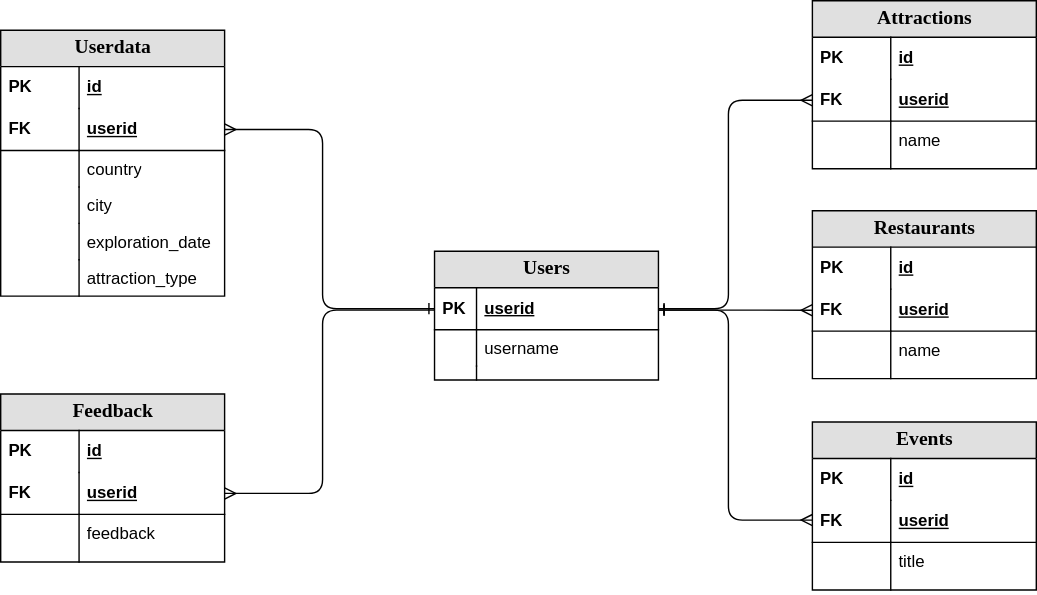
The draw.io diagram api/static/ER_Diagram.svg in zeanmio/SSE-Team-Project-1, before a commit. Source tidied: cells renumbered, new cells last; positions are measured from the earlier drawing's top-left corner, leaving out a move shared by most shapes.
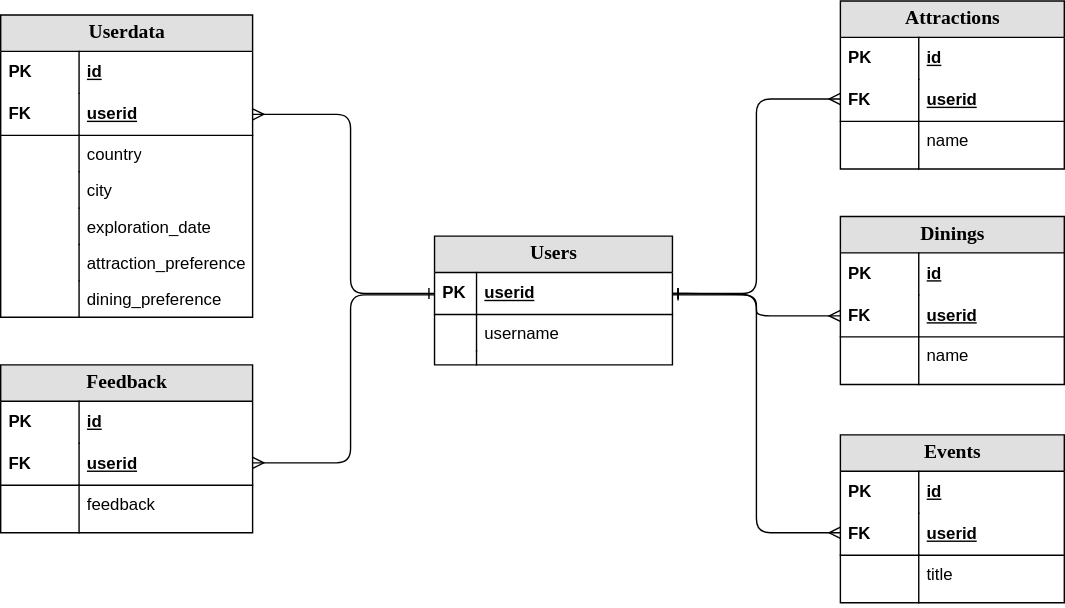
After the commit.

What changed in the source:
```diff
@@ -3,70 +3,76 @@
     <mxCell id="0" />
     <mxCell id="1" parent="0" />
     <mxCell id="2" value="&lt;b&gt;Userdata&lt;/b&gt;" style="swimlane;html=1;fontStyle=0;horizontal=1;startSize=26;fillColor=#e0e0e0;swimlaneFillColor=#ffffff;align=center;rounded=0;shadow=0;comic=0;labelBackgroundColor=none;strokeWidth=1;fontFamily=Verdana;fontSize=14;" parent="1" vertex="1">
-      <mxGeometry y="21" width="160" height="190" as="geometry" />
+      <mxGeometry x="-20" y="21" width="180" height="216" as="geometry" />
     </mxCell>
     <mxCell id="3" value="id" style="shape=partialRectangle;top=0;left=0;right=0;bottom=0;html=1;align=left;verticalAlign=middle;fillColor=none;spacingLeft=60;spacingRight=4;whiteSpace=wrap;overflow=hidden;fontStyle=5;" parent="2" vertex="1">
-      <mxGeometry y="26" width="160" height="30" as="geometry" />
+      <mxGeometry y="26" width="180" height="30" as="geometry" />
     </mxCell>
     <mxCell id="4" value="PK" style="shape=partialRectangle;fontStyle=1;top=0;left=0;bottom=0;html=1;fillColor=none;align=left;verticalAlign=middle;spacingLeft=4;spacingRight=4;whiteSpace=wrap;overflow=hidden;" parent="3" vertex="1">
       <mxGeometry width="56" height="30" as="geometry" />
     </mxCell>
     <mxCell id="5" value="userid" style="shape=partialRectangle;top=0;left=0;right=0;bottom=1;html=1;align=left;verticalAlign=middle;fillColor=none;spacingLeft=60;spacingRight=4;whiteSpace=wrap;overflow=hidden;points=[[0,0.5],[1,0.5]];portConstraint=eastwest;fontStyle=5;" parent="2" vertex="1">
-      <mxGeometry y="56" width="160" height="30" as="geometry" />
+      <mxGeometry y="56" width="180" height="30" as="geometry" />
     </mxCell>
     <mxCell id="6" value="FK" style="shape=partialRectangle;fontStyle=1;top=0;left=0;bottom=0;html=1;fillColor=none;align=left;verticalAlign=middle;spacingLeft=4;spacingRight=4;whiteSpace=wrap;overflow=hidden;" parent="5" vertex="1">
       <mxGeometry width="56" height="30" as="geometry" />
     </mxCell>
     <mxCell id="7" value="country" style="shape=partialRectangle;top=0;left=0;right=0;bottom=0;html=1;align=left;verticalAlign=top;fillColor=none;spacingLeft=60;spacingRight=4;whiteSpace=wrap;overflow=hidden;" parent="2" vertex="1">
-      <mxGeometry y="86" width="160" height="26" as="geometry" />
+      <mxGeometry y="86" width="180" height="26" as="geometry" />
     </mxCell>
     <mxCell id="8" style="shape=partialRectangle;top=0;left=0;bottom=0;html=1;fillColor=none;align=left;verticalAlign=top;spacingLeft=4;spacingRight=4;whiteSpace=wrap;overflow=hidden;" parent="7" vertex="1">
       <mxGeometry width="56" height="26" as="geometry" />
     </mxCell>
     <mxCell id="9" value="city" style="shape=partialRectangle;top=0;left=0;right=0;bottom=0;html=1;align=left;verticalAlign=top;fillColor=none;spacingLeft=60;spacingRight=4;whiteSpace=wrap;overflow=hidden;" parent="2" vertex="1">
-      <mxGeometry y="112" width="160" height="26" as="geometry" />
+      <mxGeometry y="112" width="180" height="26" as="geometry" />
     </mxCell>
     <mxCell id="10" style="shape=partialRectangle;top=0;left=0;bottom=0;html=1;fillColor=none;align=left;verticalAlign=top;spacingLeft=4;spacingRight=4;whiteSpace=wrap;overflow=hidden;" parent="9" vertex="1">
       <mxGeometry width="56" height="26" as="geometry" />
     </mxCell>
     <mxCell id="11" value="exploration_date" style="shape=partialRectangle;top=0;left=0;right=0;bottom=0;html=1;align=left;verticalAlign=top;fillColor=none;spacingLeft=60;spacingRight=4;whiteSpace=wrap;overflow=hidden;" parent="2" vertex="1">
-      <mxGeometry y="138" width="160" height="26" as="geometry" />
+      <mxGeometry y="138" width="180" height="26" as="geometry" />
     </mxCell>
     <mxCell id="12" style="shape=partialRectangle;top=0;left=0;bottom=0;html=1;fillColor=none;align=left;verticalAlign=top;spacingLeft=4;spacingRight=4;whiteSpace=wrap;overflow=hidden;" parent="11" vertex="1">
       <mxGeometry width="56" height="26" as="geometry" />
     </mxCell>
-    <mxCell id="13" value="attraction_type" style="shape=partialRectangle;top=0;left=0;right=0;bottom=0;html=1;align=left;verticalAlign=top;fillColor=none;spacingLeft=60;spacingRight=4;whiteSpace=wrap;overflow=hidden;" parent="2" vertex="1">
-      <mxGeometry y="164" width="160" height="26" as="geometry" />
+    <mxCell id="13" value="attraction_preference" style="shape=partialRectangle;top=0;left=0;right=0;bottom=0;html=1;align=left;verticalAlign=top;fillColor=none;spacingLeft=60;spacingRight=4;whiteSpace=wrap;overflow=hidden;" parent="2" vertex="1">
+      <mxGeometry y="164" width="180" height="26" as="geometry" />
     </mxCell>
     <mxCell id="14" style="shape=partialRectangle;top=0;left=0;bottom=0;html=1;fillColor=none;align=left;verticalAlign=top;spacingLeft=4;spacingRight=4;whiteSpace=wrap;overflow=hidden;" parent="13" vertex="1">
       <mxGeometry width="56" height="26" as="geometry" />
     </mxCell>
+    <mxCell id="55" value="dining_preference" style="shape=partialRectangle;top=0;left=0;right=0;bottom=0;html=1;align=left;verticalAlign=top;fillColor=none;spacingLeft=60;spacingRight=4;whiteSpace=wrap;overflow=hidden;" parent="2" vertex="1">
+      <mxGeometry y="190" width="180" height="26" as="geometry" />
+    </mxCell>
+    <mxCell id="56" style="shape=partialRectangle;top=0;left=0;bottom=0;html=1;fillColor=none;align=left;verticalAlign=top;spacingLeft=4;spacingRight=4;whiteSpace=wrap;overflow=hidden;" parent="55" vertex="1">
+      <mxGeometry width="56" height="26" as="geometry" />
+    </mxCell>
-    <mxCell id="15" style="edgeStyle=orthogonalEdgeStyle;html=1;endArrow=ERmany;startArrow=EROne;labelBackgroundColor=none;fontFamily=Verdana;fontSize=14;entryX=1;entryY=0.5;entryDx=0;entryDy=0;" parent="1" edge="1" target="27">
+    <mxCell id="15" style="edgeStyle=orthogonalEdgeStyle;html=1;endArrow=ERmany;startArrow=EROne;labelBackgroundColor=none;fontFamily=Verdana;fontSize=14;" parent="1" edge="1" target="27">
       <mxGeometry relative="1" as="geometry">
         <mxPoint x="310" y="221" as="sourcePoint" />
         <Array as="points">
           <mxPoint x="230" y="221" />
-          <mxPoint x="230" y="352" />
+          <mxPoint x="230" y="341" />
         </Array>
       </mxGeometry>
     </mxCell>
     <mxCell id="16" value="&lt;b&gt;Users&lt;/b&gt;" style="swimlane;html=1;fontStyle=0;horizontal=1;startSize=26;fillColor=#e0e0e0;swimlaneFillColor=#ffffff;align=center;rounded=0;shadow=0;comic=0;labelBackgroundColor=none;strokeWidth=1;fontFamily=Verdana;fontSize=14;" parent="1" vertex="1">
-      <mxGeometry x="310" y="179" width="160" height="92" as="geometry" />
+      <mxGeometry x="290" y="179" width="170" height="92" as="geometry" />
     </mxCell>
     <mxCell id="17" value="userid" style="shape=partialRectangle;top=0;left=0;right=0;bottom=1;html=1;align=left;verticalAlign=middle;fillColor=none;spacingLeft=34;spacingRight=4;whiteSpace=wrap;overflow=hidden;points=[[0,0.5],[1,0.5]];portConstraint=eastwest;fontStyle=5;" parent="16" vertex="1">
-      <mxGeometry y="26" width="160" height="30" as="geometry" />
+      <mxGeometry y="26" width="170" height="30" as="geometry" />
     </mxCell>
     <mxCell id="18" value="&lt;b&gt;PK&lt;/b&gt;" style="shape=partialRectangle;top=0;left=0;bottom=0;html=1;fillColor=none;align=left;verticalAlign=middle;spacingLeft=4;spacingRight=4;whiteSpace=wrap;overflow=hidden;" parent="17" vertex="1">
       <mxGeometry width="30" height="30" as="geometry" />
     </mxCell>
     <mxCell id="19" value="username" style="shape=partialRectangle;top=0;left=0;right=0;bottom=0;html=1;align=left;verticalAlign=top;fillColor=none;spacingLeft=34;spacingRight=4;whiteSpace=wrap;overflow=hidden;" parent="16" vertex="1">
-      <mxGeometry y="56" width="160" height="26" as="geometry" />
+      <mxGeometry y="56" width="170" height="26" as="geometry" />
     </mxCell>
     <mxCell id="20" style="shape=partialRectangle;top=0;left=0;bottom=0;html=1;fillColor=none;align=left;verticalAlign=top;spacingLeft=4;spacingRight=4;whiteSpace=wrap;overflow=hidden;" parent="19" vertex="1">
       <mxGeometry width="30" height="26" as="geometry" />
     </mxCell>
     <mxCell id="21" style="shape=partialRectangle;top=0;left=0;right=0;bottom=0;html=1;align=left;verticalAlign=top;fillColor=none;spacingLeft=34;spacingRight=4;whiteSpace=wrap;overflow=hidden;" parent="16" vertex="1">
-      <mxGeometry y="82" width="160" height="10" as="geometry" />
+      <mxGeometry y="82" width="170" height="10" as="geometry" />
     </mxCell>
     <mxCell id="22" style="shape=partialRectangle;top=0;left=0;bottom=0;html=1;fillColor=none;align=left;verticalAlign=top;spacingLeft=4;spacingRight=4;whiteSpace=wrap;overflow=hidden;" parent="21" vertex="1">
       <mxGeometry width="30" height="10" as="geometry" />
@@ -80,28 +86,28 @@
       </mxGeometry>
     </mxCell>
     <mxCell id="24" value="&lt;b&gt;Feedback&lt;/b&gt;" style="swimlane;html=1;fontStyle=0;horizontal=1;startSize=26;fillColor=#e0e0e0;swimlaneFillColor=#ffffff;align=center;rounded=0;shadow=0;comic=0;labelBackgroundColor=none;strokeWidth=1;fontFamily=Verdana;fontSize=14;" parent="1" vertex="1">
-      <mxGeometry y="281" width="160" height="120" as="geometry" />
+      <mxGeometry x="-20" y="271" width="180" height="120" as="geometry" />
     </mxCell>
     <mxCell id="25" value="id" style="shape=partialRectangle;top=0;left=0;right=0;bottom=0;html=1;align=left;verticalAlign=middle;fillColor=none;spacingLeft=60;spacingRight=4;whiteSpace=wrap;overflow=hidden;fontStyle=5;" parent="24" vertex="1">
-      <mxGeometry y="26" width="160" height="30" as="geometry" />
+      <mxGeometry y="26" width="180" height="30" as="geometry" />
     </mxCell>
     <mxCell id="26" value="PK" style="shape=partialRectangle;fontStyle=1;top=0;left=0;bottom=0;html=1;fillColor=none;align=left;verticalAlign=middle;spacingLeft=4;spacingRight=4;whiteSpace=wrap;overflow=hidden;" parent="25" vertex="1">
       <mxGeometry width="56" height="30" as="geometry" />
     </mxCell>
     <mxCell id="27" value="userid" style="shape=partialRectangle;top=0;left=0;right=0;bottom=1;html=1;align=left;verticalAlign=middle;fillColor=none;spacingLeft=60;spacingRight=4;whiteSpace=wrap;overflow=hidden;points=[[0,0.5],[1,0.5]];portConstraint=eastwest;fontStyle=5;" parent="24" vertex="1">
-      <mxGeometry y="56" width="160" height="30" as="geometry" />
+      <mxGeometry y="56" width="180" height="30" as="geometry" />
     </mxCell>
     <mxCell id="28" value="FK" style="shape=partialRectangle;fontStyle=1;top=0;left=0;bottom=0;html=1;fillColor=none;align=left;verticalAlign=middle;spacingLeft=4;spacingRight=4;whiteSpace=wrap;overflow=hidden;" parent="27" vertex="1">
       <mxGeometry width="56" height="30" as="geometry" />
     </mxCell>
     <mxCell id="29" value="feedback" style="shape=partialRectangle;top=0;left=0;right=0;bottom=0;html=1;align=left;verticalAlign=top;fillColor=none;spacingLeft=60;spacingRight=4;whiteSpace=wrap;overflow=hidden;" parent="24" vertex="1">
-      <mxGeometry y="86" width="160" height="34" as="geometry" />
+      <mxGeometry y="86" width="180" height="34" as="geometry" />
     </mxCell>
     <mxCell id="30" style="shape=partialRectangle;top=0;left=0;bottom=0;html=1;fillColor=none;align=left;verticalAlign=top;spacingLeft=4;spacingRight=4;whiteSpace=wrap;overflow=hidden;" parent="29" vertex="1">
       <mxGeometry width="56" height="34" as="geometry" />
     </mxCell>
     <mxCell id="31" value="&lt;b&gt;Attractions&lt;/b&gt;" style="swimlane;html=1;fontStyle=0;horizontal=1;startSize=26;fillColor=#e0e0e0;swimlaneFillColor=#ffffff;align=center;rounded=0;shadow=0;comic=0;labelBackgroundColor=none;strokeWidth=1;fontFamily=Verdana;fontSize=14;" parent="1" vertex="1">
-      <mxGeometry x="580" width="160" height="120" as="geometry" />
+      <mxGeometry x="580" y="11" width="160" height="120" as="geometry" />
     </mxCell>
     <mxCell id="32" value="id" style="shape=partialRectangle;top=0;left=0;right=0;bottom=0;html=1;align=left;verticalAlign=middle;fillColor=none;spacingLeft=60;spacingRight=4;whiteSpace=wrap;overflow=hidden;fontStyle=5;" parent="31" vertex="1">
       <mxGeometry y="26" width="160" height="30" as="geometry" />
@@ -125,13 +131,13 @@
       <mxGeometry relative="1" as="geometry">
         <Array as="points">
           <mxPoint x="520" y="220" />
-          <mxPoint x="520" y="71" />
-          <mxPoint x="580" y="71" />
+          <mxPoint x="520" y="81" />
+          <mxPoint x="580" y="81" />
         </Array>
       </mxGeometry>
     </mxCell>
-    <mxCell id="39" value="&lt;b&gt;Restaurants&lt;br&gt;&lt;/b&gt;" style="swimlane;html=1;fontStyle=0;horizontal=1;startSize=26;fillColor=#e0e0e0;swimlaneFillColor=#ffffff;align=center;rounded=0;shadow=0;comic=0;labelBackgroundColor=none;strokeWidth=1;fontFamily=Verdana;fontSize=14;" parent="1" vertex="1">
-      <mxGeometry x="580" y="150" width="160" height="120" as="geometry" />
+    <mxCell id="39" value="&lt;b&gt;Dinings&lt;br&gt;&lt;/b&gt;" style="swimlane;html=1;fontStyle=0;horizontal=1;startSize=26;fillColor=#e0e0e0;swimlaneFillColor=#ffffff;align=center;rounded=0;shadow=0;comic=0;labelBackgroundColor=none;strokeWidth=1;fontFamily=Verdana;fontSize=14;" parent="1" vertex="1">
+      <mxGeometry x="580" y="165" width="160" height="120" as="geometry" />
     </mxCell>
     <mxCell id="40" value="id" style="shape=partialRectangle;top=0;left=0;right=0;bottom=0;html=1;align=left;verticalAlign=middle;fillColor=none;spacingLeft=60;spacingRight=4;whiteSpace=wrap;overflow=hidden;fontStyle=5;" parent="39" vertex="1">
       <mxGeometry y="26" width="160" height="30" as="geometry" />
@@ -153,14 +159,15 @@
     </mxCell>
     <mxCell id="46" style="edgeStyle=orthogonalEdgeStyle;html=1;startArrow=ERone;endArrow=ERmany;endFill=1;labelBackgroundColor=none;fontFamily=Verdana;fontSize=14;entryX=0;entryY=0.5;entryDx=0;entryDy=0;" parent="1" edge="1" target="42">
       <mxGeometry relative="1" as="geometry">
-        <mxPoint x="470" y="221" as="sourcePoint" />
+        <mxPoint x="460" y="221" as="sourcePoint" />
         <Array as="points">
-          <mxPoint x="580" y="221" />
+          <mxPoint x="520" y="221" />
+          <mxPoint x="520" y="236" />
         </Array>
       </mxGeometry>
     </mxCell>
     <mxCell id="47" value="&lt;b&gt;Events&lt;/b&gt;" style="swimlane;html=1;fontStyle=0;horizontal=1;startSize=26;fillColor=#e0e0e0;swimlaneFillColor=#ffffff;align=center;rounded=0;shadow=0;comic=0;labelBackgroundColor=none;strokeWidth=1;fontFamily=Verdana;fontSize=14;" parent="1" vertex="1">
-      <mxGeometry x="580" y="301" width="160" height="120" as="geometry" />
+      <mxGeometry x="580" y="321" width="160" height="120" as="geometry" />
     </mxCell>
     <mxCell id="48" value="id" style="shape=partialRectangle;top=0;left=0;right=0;bottom=0;html=1;align=left;verticalAlign=middle;fillColor=none;spacingLeft=60;spacingRight=4;whiteSpace=wrap;overflow=hidden;fontStyle=5;" parent="47" vertex="1">
       <mxGeometry y="26" width="160" height="30" as="geometry" />
@@ -180,13 +187,14 @@
     <mxCell id="53" style="shape=partialRectangle;top=0;left=0;bottom=0;html=1;fillColor=none;align=left;verticalAlign=top;spacingLeft=4;spacingRight=4;whiteSpace=wrap;overflow=hidden;" parent="52" vertex="1">
       <mxGeometry width="56" height="34" as="geometry" />
     </mxCell>
-    <mxCell id="54" style="edgeStyle=orthogonalEdgeStyle;html=1;startArrow=ERone;endArrow=ERmany;endFill=1;labelBackgroundColor=none;fontFamily=Verdana;fontSize=14;entryX=0;entryY=0.5;entryDx=0;entryDy=0;" parent="1" edge="1" target="50">
+    <mxCell id="54" style="edgeStyle=orthogonalEdgeStyle;html=1;startArrow=ERone;endArrow=ERmany;endFill=1;labelBackgroundColor=none;fontFamily=Verdana;fontSize=14;entryX=0;entryY=0.5;entryDx=0;entryDy=0;exitX=1;exitY=0.5;exitDx=0;exitDy=0;" parent="1" edge="1" source="17" target="50">
       <mxGeometry relative="1" as="geometry">
-        <mxPoint x="470" y="221" as="sourcePoint" />
         <Array as="points">
+          <mxPoint x="480" y="220" />
+          <mxPoint x="480" y="221" />
           <mxPoint x="520" y="221" />
-          <mxPoint x="520" y="371" />
-          <mxPoint x="580" y="371" />
+          <mxPoint x="520" y="391" />
+          <mxPoint x="580" y="391" />
         </Array>
       </mxGeometry>
     </mxCell>
```
